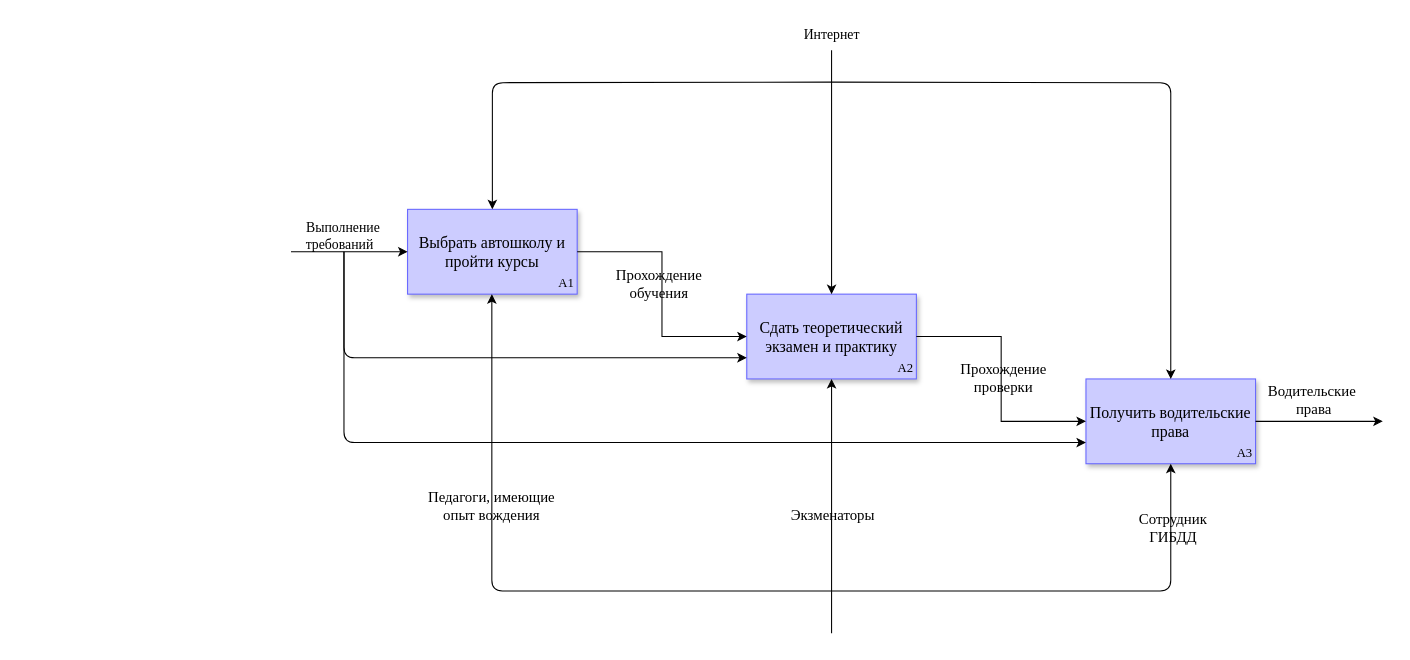
This is page "Получение водительских прав" (2 of 2) of Диаграмма задания.drawio from Karidess/Idef_diagramma, a draw.io file, before an edit. Source tidied: cells renumbered, new cells numbered last; positions are measured from the earlier drawing's top-left corner, leaving out a move shared by most shapes. Both pictures are drawn from the tidied source at 106%, with x=0, y=0 at pixel (290, 18).
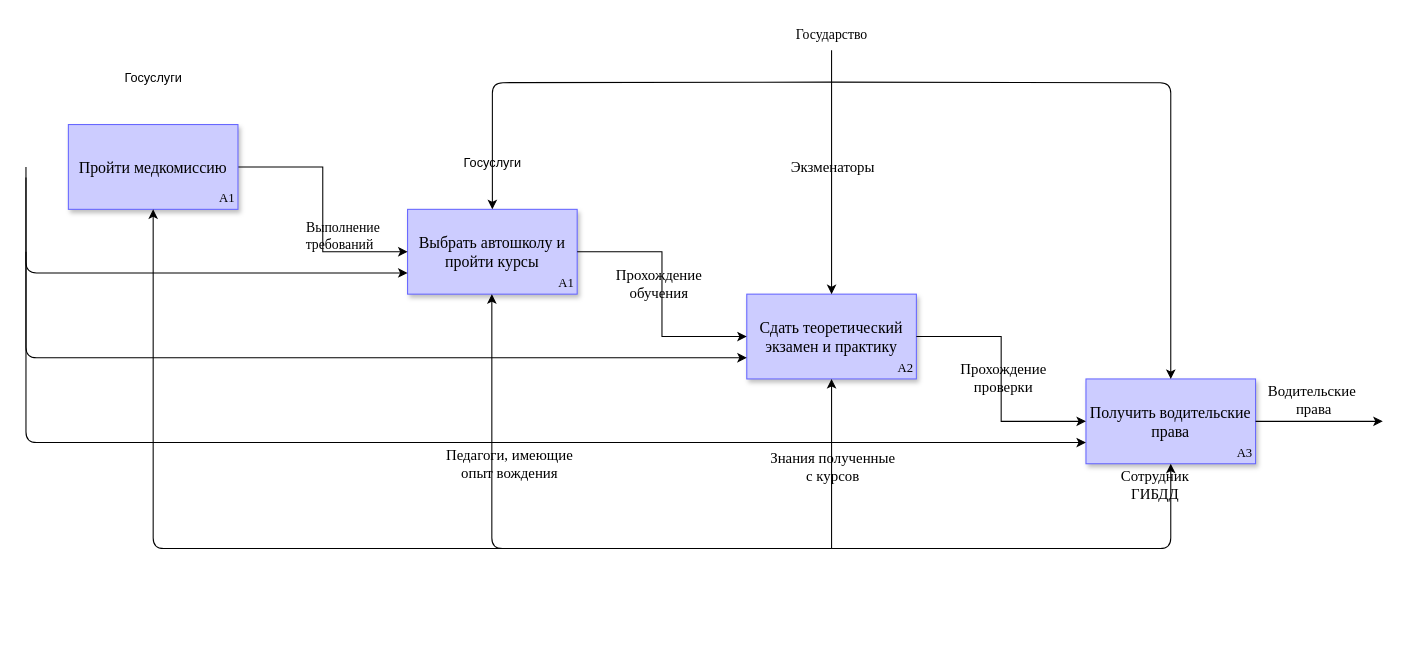
Above is the later version.

The change refers to these unchanged cells:
```xml
<mxCell id="2" value="Выбрать автошколу и пройти курсы" style="rounded=0;whiteSpace=wrap;html=1;labelBackgroundColor=none;fontFamily=Times New Roman;fontSize=15;fillColor=#CCCCFF;strokeColor=#6666FF;sketch=0;shadow=1;" parent="1" vertex="1">
  <mxGeometry x="110" y="180" width="160" height="80" as="geometry" />
</mxCell>
<mxCell id="3" value="Сдать теоретический экзамен и практику" style="rounded=0;whiteSpace=wrap;html=1;labelBackgroundColor=none;fontFamily=Times New Roman;fontSize=15;fillColor=#CCCCFF;strokeColor=#6666FF;sketch=0;shadow=1;" parent="1" vertex="1">
  <mxGeometry x="430" y="260" width="160" height="80" as="geometry" />
</mxCell>
<mxCell id="4" value="Получить водительские права" style="rounded=0;whiteSpace=wrap;html=1;labelBackgroundColor=none;fontFamily=Times New Roman;fontSize=15;fillColor=#CCCCFF;strokeColor=#6666FF;sketch=0;shadow=1;" parent="1" vertex="1">
  <mxGeometry x="750" y="340" width="160" height="80" as="geometry" />
</mxCell>
<mxCell id="13" style="endArrow=classic;html=1;rounded=1;entryX=0.5;entryY=0;entryDx=0;entryDy=0;fontFamily=Times New Roman;edgeStyle=orthogonalEdgeStyle;" parent="1" edge="1" target="2">
  <mxGeometry relative="1" as="geometry">
    <mxPoint x="510" y="60" as="sourcePoint" />
  </mxGeometry>
</mxCell>
```

The edit, as a diff of the source:
```diff
@@
-    <mxCell id="9" style="endArrow=classic;html=1;rounded=0;entryX=0;entryY=0.5;entryDx=0;entryDy=0;fontFamily=Times New Roman;" parent="1" edge="1" target="2">
-      <mxGeometry relative="1" as="geometry">
-        <mxPoint y="220" as="sourcePoint" />
-      </mxGeometry>
+    <mxCell id="9" style="endArrow=classic;html=1;rounded=0;entryX=0;entryY=0.5;entryDx=0;entryDy=0;fontFamily=Times New Roman;exitX=1;exitY=0.5;exitDx=0;exitDy=0;edgeStyle=orthogonalEdgeStyle;" parent="1" edge="1" source="30" target="2">
+      <mxGeometry relative="1" as="geometry" />
     </mxCell>
@@
+    <mxCell id="28" value="Госуслуги" style="edgeLabel;html=1;align=center;verticalAlign=middle;labelBackgroundColor=none;fontSize=12;" parent="13" vertex="1">
+      <mxGeometry x="0.8" y="-1" relative="1" as="geometry" />
+    </mxCell>
-    <mxCell id="14" style="endArrow=classic;html=1;rounded=0;entryX=0.5;entryY=1;entryDx=0;entryDy=0;fontFamily=Times New Roman;" parent="1" edge="1" target="3">
+    <mxCell id="14" style="endArrow=classic;html=1;rounded=1;entryX=0.5;entryY=1;entryDx=0;entryDy=0;fontFamily=Times New Roman;edgeStyle=orthogonalEdgeStyle;" parent="1" edge="1" target="3">
       <mxGeometry relative="1" as="geometry">
-        <mxPoint x="510" y="580" as="sourcePoint" />
+        <mxPoint x="510" y="500" as="sourcePoint" />
+        <Array as="points">
+          <mxPoint x="510" y="500" />
+          <mxPoint x="510" y="500" />
+        </Array>
       </mxGeometry>
     </mxCell>
-    <mxCell id="15" value="Экзменаторы" style="edgeLabel;html=1;align=center;verticalAlign=middle;labelBackgroundColor=none;fontFamily=Times New Roman;fontSize=14;" parent="14" vertex="1">
+    <mxCell id="15" value="Знания полученные &lt;br&gt;с курсов" style="edgeLabel;html=1;align=center;verticalAlign=middle;labelBackgroundColor=none;fontFamily=Times New Roman;fontSize=14;" parent="14" vertex="1">
       <mxGeometry x="-0.14" y="2" relative="1" as="geometry">
         <mxPoint x="2" y="-8" as="offset" />
       </mxGeometry>
     </mxCell>
     <mxCell id="16" style="endArrow=classic;html=1;rounded=1;entryX=0.5;entryY=1;entryDx=0;entryDy=0;fontFamily=Times New Roman;edgeStyle=orthogonalEdgeStyle;" parent="1" edge="1" target="4">
       <mxGeometry relative="1" as="geometry">
-        <mxPoint x="510" y="540" as="sourcePoint" />
+        <mxPoint x="510" y="500" as="sourcePoint" />
         <Array as="points">
-          <mxPoint x="510" y="540" />
-          <mxPoint x="830" y="540" />
+          <mxPoint x="510" y="500" />
+          <mxPoint x="830" y="500" />
         </Array>
       </mxGeometry>
     </mxCell>
@@
     <mxCell id="18" style="endArrow=classic;html=1;rounded=1;entryX=0.5;entryY=1;entryDx=0;entryDy=0;fontFamily=Times New Roman;edgeStyle=orthogonalEdgeStyle;" parent="1" edge="1">
       <mxGeometry relative="1" as="geometry">
-        <mxPoint x="510" y="540" as="sourcePoint" />
+        <mxPoint x="510" y="500" as="sourcePoint" />
         <mxPoint x="189.5" y="260" as="targetPoint" />
         <Array as="points">
-          <mxPoint x="510" y="540" />
-          <mxPoint x="189" y="540" />
+          <mxPoint x="510" y="500" />
+          <mxPoint x="190" y="500" />
         </Array>
       </mxGeometry>
     </mxCell>
@@
     <mxCell id="22" style="endArrow=classic;html=1;rounded=1;fontFamily=Times New Roman;fontSize=14;entryX=0;entryY=0.75;entryDx=0;entryDy=0;edgeStyle=orthogonalEdgeStyle;elbow=vertical;" parent="1" edge="1" target="3">
       <mxGeometry relative="1" as="geometry">
-        <mxPoint x="50" y="220" as="sourcePoint" />
+        <mxPoint x="-250" y="140" as="sourcePoint" />
         <Array as="points">
-          <mxPoint x="50" y="220" />
-          <mxPoint x="50" y="320" />
+          <mxPoint x="-250" y="220" />
+          <mxPoint x="-250" y="320" />
         </Array>
       </mxGeometry>
     </mxCell>
     <mxCell id="23" style="endArrow=classic;html=1;rounded=1;fontFamily=Times New Roman;fontSize=14;entryX=0;entryY=0.75;entryDx=0;entryDy=0;edgeStyle=orthogonalEdgeStyle;elbow=vertical;" parent="1" edge="1" target="4">
       <mxGeometry relative="1" as="geometry">
-        <mxPoint x="50" y="220" as="sourcePoint" />
+        <mxPoint x="-250" y="220" as="sourcePoint" />
         <Array as="points">
-          <mxPoint x="50" y="220" />
-          <mxPoint x="50" y="400" />
+          <mxPoint x="-250" y="220" />
+          <mxPoint x="-250" y="400" />
         </Array>
       </mxGeometry>
     </mxCell>
@@
-    <mxCell id="26" value="Интернет" style="text;html=1;align=center;verticalAlign=middle;strokeColor=none;fillColor=none;fontSize=13;fontFamily=Times New Roman;" parent="1" vertex="1">
-      <mxGeometry x="470" width="80" height="30" as="geometry" />
+    <mxCell id="26" value="Государство" style="text;html=1;align=center;verticalAlign=middle;strokeColor=none;fillColor=none;fontSize=13;fontFamily=Times New Roman;" parent="1" vertex="1">
+      <mxGeometry x="465" width="90" height="30" as="geometry" />
     </mxCell>
@@
+    <mxCell id="29" value="Экзменаторы" style="edgeLabel;html=1;align=center;verticalAlign=middle;labelBackgroundColor=none;fontFamily=Times New Roman;fontSize=14;" parent="1" vertex="1">
+      <mxGeometry x="510" y="140" as="geometry" />
+    </mxCell>
+    <mxCell id="30" value="Пройти медкомиссию" style="rounded=0;whiteSpace=wrap;html=1;labelBackgroundColor=none;fontFamily=Times New Roman;fontSize=15;fillColor=#CCCCFF;strokeColor=#6666FF;sketch=0;shadow=1;" parent="1" vertex="1">
+      <mxGeometry x="-210" y="100" width="160" height="80" as="geometry" />
+    </mxCell>
+    <mxCell id="31" value="A1" style="text;html=1;strokeColor=none;fillColor=none;align=center;verticalAlign=middle;whiteSpace=wrap;rounded=0;fontFamily=Times New Roman;" parent="1" vertex="1">
+      <mxGeometry x="-70" y="160" width="20" height="20" as="geometry" />
+    </mxCell>
+    <mxCell id="32" value="Госуслуги" style="edgeLabel;html=1;align=center;verticalAlign=middle;labelBackgroundColor=none;fontSize=12;" parent="1" vertex="1">
+      <mxGeometry x="-131" y="55" as="geometry" />
+    </mxCell>
+    <mxCell id="33" style="endArrow=classic;html=1;rounded=1;fontFamily=Times New Roman;fontSize=14;entryX=0;entryY=0.75;entryDx=0;entryDy=0;edgeStyle=orthogonalEdgeStyle;elbow=vertical;" parent="1" edge="1" target="2">
+      <mxGeometry relative="1" as="geometry">
+        <mxPoint x="-250" y="150" as="sourcePoint" />
+        <Array as="points">
+          <mxPoint x="-250" y="150" />
+          <mxPoint x="-250" y="240" />
+        </Array>
+      </mxGeometry>
+    </mxCell>
+    <mxCell id="34" style="endArrow=classic;html=1;rounded=1;fontSize=12;entryX=0.5;entryY=1;entryDx=0;entryDy=0;edgeStyle=orthogonalEdgeStyle;" parent="1" edge="1" target="30">
+      <mxGeometry relative="1" as="geometry">
+        <mxPoint x="510" y="500" as="sourcePoint" />
+        <Array as="points">
+          <mxPoint x="510" y="500" />
+          <mxPoint x="-130" y="500" />
+        </Array>
+      </mxGeometry>
+    </mxCell>
```
